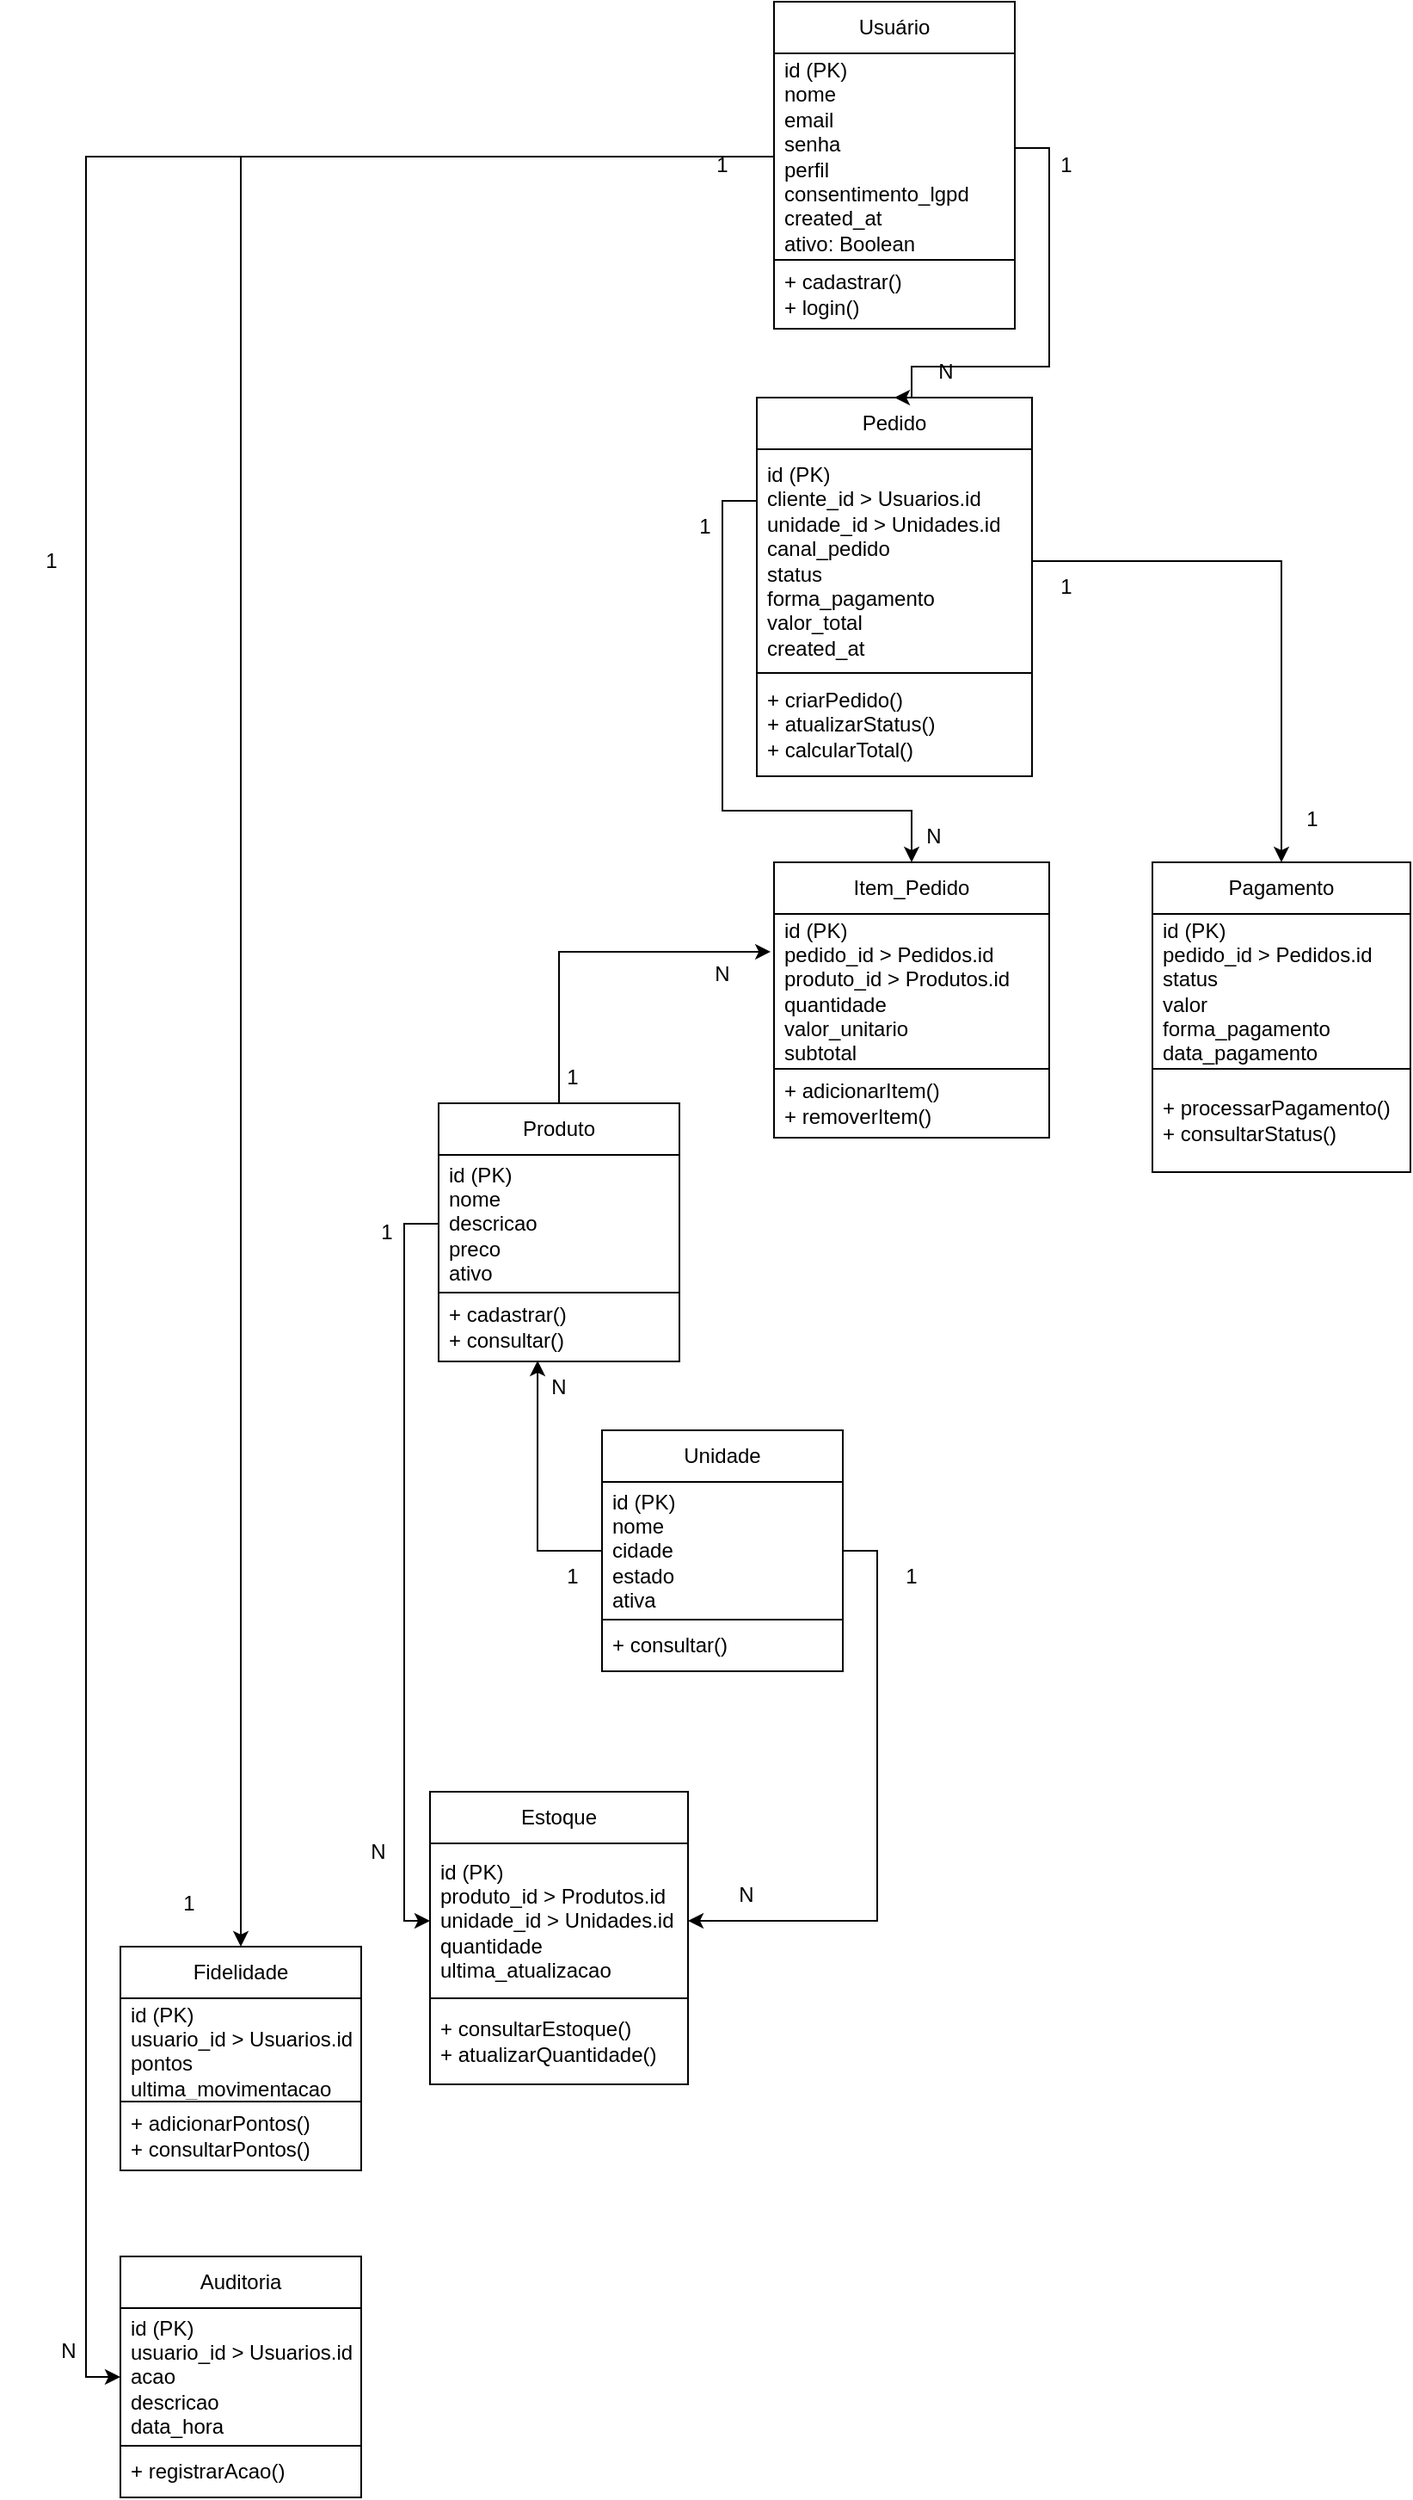
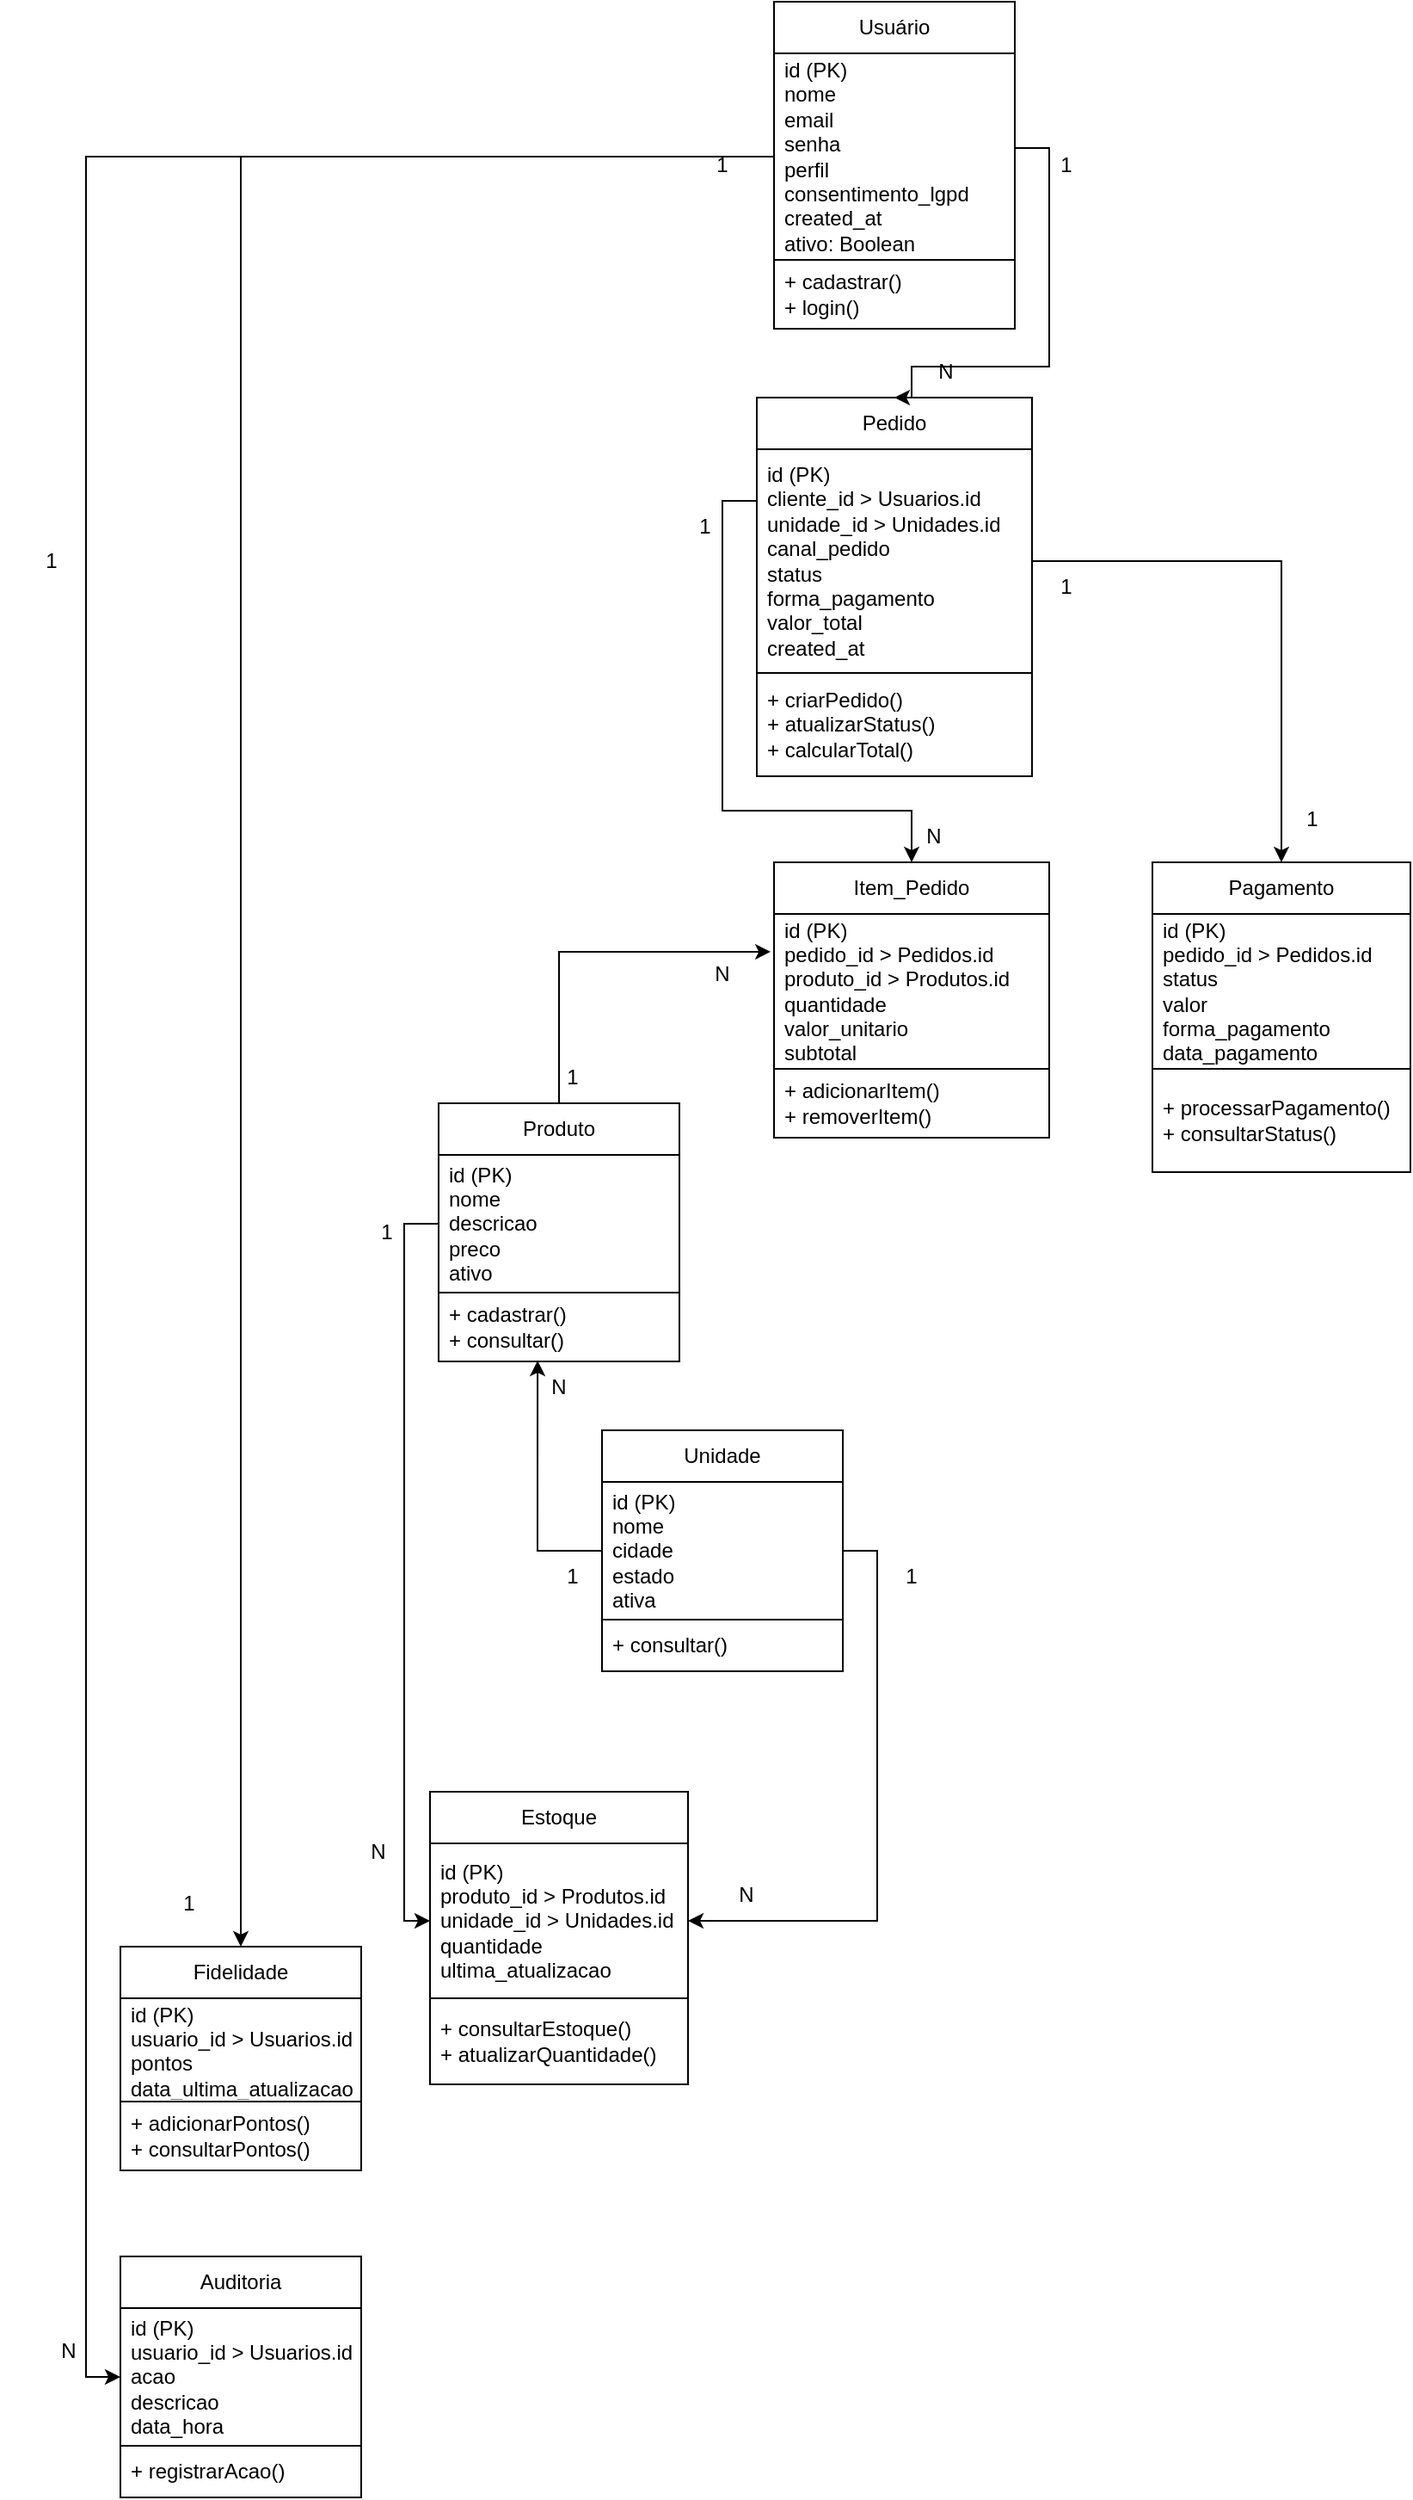
<mxfile host="app.diagrams.net">
  <diagram id="_4Zprv6gYUtVyUGV6uN4" name="Página-2">
    <mxGraphModel dx="1521" dy="841" grid="1" gridSize="10" guides="1" tooltips="1" connect="1" arrows="1" fold="1" page="1" pageScale="1" pageWidth="827" pageHeight="1169" math="0" shadow="0">
      <root>
        <mxCell id="0" />
        <mxCell id="1" parent="0" />
        <mxCell id="siJelJc7L0xHiukvfq5J-1" parent="1" style="swimlane;fontStyle=0;childLayout=stackLayout;horizontal=1;startSize=30;horizontalStack=0;resizeParent=1;resizeParentMax=0;resizeLast=0;collapsible=1;marginBottom=0;whiteSpace=wrap;html=1;" value="Usuário" vertex="1">
          <mxGeometry height="190" width="140" x="964" y="298" as="geometry" />
        </mxCell>
        <mxCell id="siJelJc7L0xHiukvfq5J-2" parent="siJelJc7L0xHiukvfq5J-1" style="text;strokeColor=none;fillColor=none;align=left;verticalAlign=middle;spacingLeft=4;spacingRight=4;overflow=hidden;points=[[0,0.5],[1,0.5]];portConstraint=eastwest;rotatable=0;whiteSpace=wrap;html=1;" value="&lt;div&gt;id (PK)&lt;/div&gt;&lt;div&gt;nome&lt;/div&gt;&lt;div&gt;email&lt;/div&gt;&lt;div&gt;senha&lt;/div&gt;&lt;div&gt;perfil&lt;/div&gt;&lt;div&gt;consentimento_lgpd&lt;/div&gt;&lt;div&gt;created_at&lt;/div&gt;&lt;div&gt;ativo: Boolean&lt;/div&gt;" vertex="1">
          <mxGeometry height="120" width="140" y="30" as="geometry" />
        </mxCell>
        <mxCell id="siJelJc7L0xHiukvfq5J-3" parent="siJelJc7L0xHiukvfq5J-1" style="text;strokeColor=default;fillColor=none;align=left;verticalAlign=middle;spacingLeft=4;spacingRight=4;overflow=hidden;points=[[0,0.5],[1,0.5]];portConstraint=eastwest;rotatable=0;whiteSpace=wrap;html=1;" value="&lt;div&gt;+ cadastrar()&lt;/div&gt;&lt;div&gt;+ login()&lt;/div&gt;" vertex="1">
          <mxGeometry height="40" width="140" y="150" as="geometry" />
        </mxCell>
        <mxCell id="siJelJc7L0xHiukvfq5J-4" parent="1" style="swimlane;fontStyle=0;childLayout=stackLayout;horizontal=1;startSize=30;horizontalStack=0;resizeParent=1;resizeParentMax=0;resizeLast=0;collapsible=1;marginBottom=0;whiteSpace=wrap;html=1;" value="Pedido" vertex="1">
          <mxGeometry height="220" width="160" x="954" y="528" as="geometry" />
        </mxCell>
        <mxCell id="siJelJc7L0xHiukvfq5J-5" parent="siJelJc7L0xHiukvfq5J-4" style="text;strokeColor=none;fillColor=none;align=left;verticalAlign=middle;spacingLeft=4;spacingRight=4;overflow=hidden;points=[[0,0.5],[1,0.5]];portConstraint=eastwest;rotatable=0;whiteSpace=wrap;html=1;" value="&lt;div&gt;id&amp;nbsp;&lt;span style=&quot;background-color: transparent; color: light-dark(rgb(0, 0, 0), rgb(255, 255, 255));&quot;&gt;(PK)&lt;/span&gt;&lt;/div&gt;&lt;div&gt;cliente_id &amp;gt;&amp;nbsp;Usuarios.id&lt;/div&gt;&lt;div&gt;unidade_id &amp;gt;&amp;nbsp;Unidades.id&lt;/div&gt;&lt;div&gt;canal_pedido&lt;/div&gt;&lt;div&gt;status&lt;/div&gt;&lt;div&gt;forma_pagamento&lt;/div&gt;&lt;div&gt;valor_total&lt;/div&gt;&lt;div&gt;created_at&lt;/div&gt;" vertex="1">
          <mxGeometry height="130" width="160" y="30" as="geometry" />
        </mxCell>
        <mxCell id="siJelJc7L0xHiukvfq5J-6" parent="siJelJc7L0xHiukvfq5J-4" style="text;strokeColor=default;fillColor=none;align=left;verticalAlign=middle;spacingLeft=4;spacingRight=4;overflow=hidden;points=[[0,0.5],[1,0.5]];portConstraint=eastwest;rotatable=0;whiteSpace=wrap;html=1;" value="&lt;div&gt;+ criarPedido()&lt;/div&gt;&lt;div&gt;+ atualizarStatus()&lt;/div&gt;&lt;div&gt;+ calcularTotal()&lt;/div&gt;" vertex="1">
          <mxGeometry height="60" width="160" y="160" as="geometry" />
        </mxCell>
        <mxCell id="siJelJc7L0xHiukvfq5J-7" parent="1" style="swimlane;fontStyle=0;childLayout=stackLayout;horizontal=1;startSize=30;horizontalStack=0;resizeParent=1;resizeParentMax=0;resizeLast=0;collapsible=1;marginBottom=0;whiteSpace=wrap;html=1;" value="Item&lt;span style=&quot;background-color: transparent; color: light-dark(rgb(0, 0, 0), rgb(255, 255, 255));&quot;&gt;_Pedido&lt;/span&gt;" vertex="1">
          <mxGeometry height="160" width="160" x="964" y="798" as="geometry" />
        </mxCell>
        <mxCell id="siJelJc7L0xHiukvfq5J-8" parent="siJelJc7L0xHiukvfq5J-7" style="text;strokeColor=none;fillColor=none;align=left;verticalAlign=middle;spacingLeft=4;spacingRight=4;overflow=hidden;points=[[0,0.5],[1,0.5]];portConstraint=eastwest;rotatable=0;whiteSpace=wrap;html=1;" value="&lt;div&gt;id&amp;nbsp;&lt;span style=&quot;background-color: transparent; color: light-dark(rgb(0, 0, 0), rgb(255, 255, 255));&quot;&gt;(PK)&lt;/span&gt;&lt;/div&gt;&lt;div&gt;pedido_id &amp;gt;&amp;nbsp;Pedidos.id&lt;/div&gt;&lt;div&gt;produto_id &amp;gt;&amp;nbsp;Produtos.id&lt;/div&gt;&lt;div&gt;quantidade&lt;/div&gt;&lt;div&gt;valor_unitario&lt;/div&gt;&lt;div&gt;subtotal&lt;/div&gt;" vertex="1">
          <mxGeometry height="90" width="160" y="30" as="geometry" />
        </mxCell>
        <mxCell id="siJelJc7L0xHiukvfq5J-9" parent="siJelJc7L0xHiukvfq5J-7" style="text;strokeColor=default;fillColor=none;align=left;verticalAlign=middle;spacingLeft=4;spacingRight=4;overflow=hidden;points=[[0,0.5],[1,0.5]];portConstraint=eastwest;rotatable=0;whiteSpace=wrap;html=1;" value="&lt;div&gt;+ adicionarItem()&lt;/div&gt;&lt;div&gt;+ removerItem()&lt;/div&gt;" vertex="1">
          <mxGeometry height="40" width="160" y="120" as="geometry" />
        </mxCell>
        <mxCell id="siJelJc7L0xHiukvfq5J-10" parent="1" style="swimlane;fontStyle=0;childLayout=stackLayout;horizontal=1;startSize=30;horizontalStack=0;resizeParent=1;resizeParentMax=0;resizeLast=0;collapsible=1;marginBottom=0;whiteSpace=wrap;html=1;" value="Pagamento" vertex="1">
          <mxGeometry height="180" width="150" x="1184" y="798" as="geometry" />
        </mxCell>
        <mxCell id="siJelJc7L0xHiukvfq5J-11" parent="siJelJc7L0xHiukvfq5J-10" style="text;strokeColor=none;fillColor=none;align=left;verticalAlign=middle;spacingLeft=4;spacingRight=4;overflow=hidden;points=[[0,0.5],[1,0.5]];portConstraint=eastwest;rotatable=0;whiteSpace=wrap;html=1;" value="&lt;div&gt;id&amp;nbsp;&lt;span style=&quot;background-color: transparent; color: light-dark(rgb(0, 0, 0), rgb(255, 255, 255));&quot;&gt;(PK)&lt;/span&gt;&lt;/div&gt;&lt;div&gt;pedido_id &amp;gt;&amp;nbsp;Pedidos.id&lt;/div&gt;&lt;div&gt;status&lt;/div&gt;&lt;div&gt;valor&lt;/div&gt;&lt;div&gt;forma_pagamento&lt;/div&gt;&lt;div&gt;data_pagamento&lt;/div&gt;" vertex="1">
          <mxGeometry height="90" width="150" y="30" as="geometry" />
        </mxCell>
        <mxCell id="siJelJc7L0xHiukvfq5J-12" parent="siJelJc7L0xHiukvfq5J-10" style="text;strokeColor=default;fillColor=none;align=left;verticalAlign=middle;spacingLeft=4;spacingRight=4;overflow=hidden;points=[[0,0.5],[1,0.5]];portConstraint=eastwest;rotatable=0;whiteSpace=wrap;html=1;" value="&lt;div&gt;+ processarPagamento()&lt;/div&gt;&lt;div&gt;+ consultarStatus()&lt;/div&gt;" vertex="1">
          <mxGeometry height="60" width="150" y="120" as="geometry" />
        </mxCell>
        <mxCell id="siJelJc7L0xHiukvfq5J-13" parent="1" style="swimlane;fontStyle=0;childLayout=stackLayout;horizontal=1;startSize=30;horizontalStack=0;resizeParent=1;resizeParentMax=0;resizeLast=0;collapsible=1;marginBottom=0;whiteSpace=wrap;html=1;" value="Produto" vertex="1">
          <mxGeometry height="150" width="140" x="769" y="938" as="geometry" />
        </mxCell>
        <mxCell id="siJelJc7L0xHiukvfq5J-14" parent="siJelJc7L0xHiukvfq5J-13" style="text;strokeColor=none;fillColor=none;align=left;verticalAlign=middle;spacingLeft=4;spacingRight=4;overflow=hidden;points=[[0,0.5],[1,0.5]];portConstraint=eastwest;rotatable=0;whiteSpace=wrap;html=1;" value="&lt;div&gt;id&amp;nbsp;&lt;span style=&quot;background-color: transparent; color: light-dark(rgb(0, 0, 0), rgb(255, 255, 255));&quot;&gt;(PK)&lt;/span&gt;&lt;/div&gt;&lt;div&gt;nome&lt;/div&gt;&lt;div&gt;descricao&lt;/div&gt;&lt;div&gt;preco&lt;/div&gt;&lt;div&gt;ativo&lt;/div&gt;" vertex="1">
          <mxGeometry height="80" width="140" y="30" as="geometry" />
        </mxCell>
        <mxCell id="siJelJc7L0xHiukvfq5J-15" parent="siJelJc7L0xHiukvfq5J-13" style="text;strokeColor=default;fillColor=none;align=left;verticalAlign=middle;spacingLeft=4;spacingRight=4;overflow=hidden;points=[[0,0.5],[1,0.5]];portConstraint=eastwest;rotatable=0;whiteSpace=wrap;html=1;" value="&lt;div&gt;+ cadastrar()&lt;/div&gt;&lt;div&gt;+ consultar()&lt;/div&gt;" vertex="1">
          <mxGeometry height="40" width="140" y="110" as="geometry" />
        </mxCell>
        <mxCell id="siJelJc7L0xHiukvfq5J-16" parent="1" style="swimlane;fontStyle=0;childLayout=stackLayout;horizontal=1;startSize=30;horizontalStack=0;resizeParent=1;resizeParentMax=0;resizeLast=0;collapsible=1;marginBottom=0;whiteSpace=wrap;html=1;" value="Unidade" vertex="1">
          <mxGeometry height="140" width="140" x="864" y="1128" as="geometry" />
        </mxCell>
        <mxCell id="siJelJc7L0xHiukvfq5J-17" parent="siJelJc7L0xHiukvfq5J-16" style="text;strokeColor=none;fillColor=none;align=left;verticalAlign=middle;spacingLeft=4;spacingRight=4;overflow=hidden;points=[[0,0.5],[1,0.5]];portConstraint=eastwest;rotatable=0;whiteSpace=wrap;html=1;" value="&lt;div&gt;id&amp;nbsp;&lt;span style=&quot;background-color: transparent; color: light-dark(rgb(0, 0, 0), rgb(255, 255, 255));&quot;&gt;(PK)&lt;/span&gt;&lt;/div&gt;&lt;div&gt;nome&lt;/div&gt;&lt;div&gt;cidade&lt;/div&gt;&lt;div&gt;estado&lt;/div&gt;&lt;div&gt;ativa&lt;/div&gt;" vertex="1">
          <mxGeometry height="80" width="140" y="30" as="geometry" />
        </mxCell>
        <mxCell id="siJelJc7L0xHiukvfq5J-18" parent="siJelJc7L0xHiukvfq5J-16" style="text;strokeColor=default;fillColor=none;align=left;verticalAlign=middle;spacingLeft=4;spacingRight=4;overflow=hidden;points=[[0,0.5],[1,0.5]];portConstraint=eastwest;rotatable=0;whiteSpace=wrap;html=1;" value="+ consultar()" vertex="1">
          <mxGeometry height="30" width="140" y="110" as="geometry" />
        </mxCell>
        <mxCell id="siJelJc7L0xHiukvfq5J-19" parent="1" style="swimlane;fontStyle=0;childLayout=stackLayout;horizontal=1;startSize=30;horizontalStack=0;resizeParent=1;resizeParentMax=0;resizeLast=0;collapsible=1;marginBottom=0;whiteSpace=wrap;html=1;" value="Estoque" vertex="1">
          <mxGeometry height="170" width="150" x="764" y="1338" as="geometry" />
        </mxCell>
        <mxCell id="siJelJc7L0xHiukvfq5J-20" parent="siJelJc7L0xHiukvfq5J-19" style="text;strokeColor=none;fillColor=none;align=left;verticalAlign=middle;spacingLeft=4;spacingRight=4;overflow=hidden;points=[[0,0.5],[1,0.5]];portConstraint=eastwest;rotatable=0;whiteSpace=wrap;html=1;" value="&lt;div&gt;id&amp;nbsp;&lt;span style=&quot;background-color: transparent; color: light-dark(rgb(0, 0, 0), rgb(255, 255, 255));&quot;&gt;(PK)&lt;/span&gt;&lt;/div&gt;&lt;div&gt;produto_id &amp;gt;&amp;nbsp;Produtos.id&lt;/div&gt;&lt;div&gt;unidade_id &amp;gt;&amp;nbsp;Unidades.id&lt;/div&gt;&lt;div&gt;quantidade&lt;/div&gt;&lt;div&gt;ultima_atualizacao&lt;/div&gt;" vertex="1">
          <mxGeometry height="90" width="150" y="30" as="geometry" />
        </mxCell>
        <mxCell id="siJelJc7L0xHiukvfq5J-21" parent="siJelJc7L0xHiukvfq5J-19" style="text;strokeColor=default;fillColor=none;align=left;verticalAlign=middle;spacingLeft=4;spacingRight=4;overflow=hidden;points=[[0,0.5],[1,0.5]];portConstraint=eastwest;rotatable=0;whiteSpace=wrap;html=1;" value="&lt;div&gt;+ consultarEstoque()&lt;/div&gt;&lt;div&gt;+ atualizarQuantidade()&lt;/div&gt;" vertex="1">
          <mxGeometry height="50" width="150" y="120" as="geometry" />
        </mxCell>
        <mxCell id="siJelJc7L0xHiukvfq5J-22" parent="1" style="swimlane;fontStyle=0;childLayout=stackLayout;horizontal=1;startSize=30;horizontalStack=0;resizeParent=1;resizeParentMax=0;resizeLast=0;collapsible=1;marginBottom=0;whiteSpace=wrap;html=1;" value="Fidelidade" vertex="1">
          <mxGeometry height="130" width="140" x="584" y="1428" as="geometry" />
        </mxCell>
-         <mxCell id="siJelJc7L0xHiukvfq5J-23" parent="siJelJc7L0xHiukvfq5J-22" style="text;strokeColor=none;fillColor=none;align=left;verticalAlign=middle;spacingLeft=4;spacingRight=4;overflow=hidden;points=[[0,0.5],[1,0.5]];portConstraint=eastwest;rotatable=0;whiteSpace=wrap;html=1;" value="&lt;div&gt;id&amp;nbsp;&lt;span style=&quot;background-color: transparent; color: light-dark(rgb(0, 0, 0), rgb(255, 255, 255));&quot;&gt;(PK)&lt;/span&gt;&lt;/div&gt;&lt;div&gt;usuario_id &amp;gt;&amp;nbsp;Usuarios.id&lt;/div&gt;&lt;div&gt;pontos&lt;/div&gt;&lt;div&gt;ultima_movimentacao&lt;/div&gt;" vertex="1">
+         <mxCell id="siJelJc7L0xHiukvfq5J-23" parent="siJelJc7L0xHiukvfq5J-22" style="text;strokeColor=none;fillColor=none;align=left;verticalAlign=middle;spacingLeft=4;spacingRight=4;overflow=hidden;points=[[0,0.5],[1,0.5]];portConstraint=eastwest;rotatable=0;whiteSpace=wrap;html=1;" value="&lt;div&gt;id&amp;nbsp;&lt;span style=&quot;background-color: transparent; color: light-dark(rgb(0, 0, 0), rgb(255, 255, 255));&quot;&gt;(PK)&lt;/span&gt;&lt;/div&gt;&lt;div&gt;usuario_id &amp;gt;&amp;nbsp;Usuarios.id&lt;/div&gt;&lt;div&gt;pontos&lt;/div&gt;&lt;div&gt;data_ultima_atualizaca&lt;span style=&quot;background-color: transparent; color: light-dark(rgb(0, 0, 0), rgb(255, 255, 255));&quot;&gt;o&lt;/span&gt;&lt;/div&gt;" vertex="1">
          <mxGeometry height="60" width="140" y="30" as="geometry" />
        </mxCell>
        <mxCell id="siJelJc7L0xHiukvfq5J-24" parent="siJelJc7L0xHiukvfq5J-22" style="text;strokeColor=default;fillColor=none;align=left;verticalAlign=middle;spacingLeft=4;spacingRight=4;overflow=hidden;points=[[0,0.5],[1,0.5]];portConstraint=eastwest;rotatable=0;whiteSpace=wrap;html=1;" value="&lt;div&gt;+ adicionarPontos()&lt;/div&gt;&lt;div&gt;+ consultarPontos()&lt;/div&gt;" vertex="1">
          <mxGeometry height="40" width="140" y="90" as="geometry" />
        </mxCell>
        <mxCell id="siJelJc7L0xHiukvfq5J-25" parent="1" style="swimlane;fontStyle=0;childLayout=stackLayout;horizontal=1;startSize=30;horizontalStack=0;resizeParent=1;resizeParentMax=0;resizeLast=0;collapsible=1;marginBottom=0;whiteSpace=wrap;html=1;" value="Auditoria" vertex="1">
          <mxGeometry height="140" width="140" x="584" y="1608" as="geometry" />
        </mxCell>
        <mxCell id="siJelJc7L0xHiukvfq5J-26" parent="siJelJc7L0xHiukvfq5J-25" style="text;strokeColor=none;fillColor=none;align=left;verticalAlign=middle;spacingLeft=4;spacingRight=4;overflow=hidden;points=[[0,0.5],[1,0.5]];portConstraint=eastwest;rotatable=0;whiteSpace=wrap;html=1;" value="&lt;div&gt;id&amp;nbsp;&lt;span style=&quot;background-color: transparent; color: light-dark(rgb(0, 0, 0), rgb(255, 255, 255));&quot;&gt;(PK)&lt;/span&gt;&lt;/div&gt;&lt;div&gt;usuario_id &amp;gt;&amp;nbsp;Usuarios.id&lt;/div&gt;&lt;div&gt;acao&lt;/div&gt;&lt;div&gt;descricao&lt;/div&gt;&lt;div&gt;data_hora&lt;/div&gt;" vertex="1">
          <mxGeometry height="80" width="140" y="30" as="geometry" />
        </mxCell>
        <mxCell id="siJelJc7L0xHiukvfq5J-27" parent="siJelJc7L0xHiukvfq5J-25" style="text;strokeColor=default;fillColor=none;align=left;verticalAlign=middle;spacingLeft=4;spacingRight=4;overflow=hidden;points=[[0,0.5],[1,0.5]];portConstraint=eastwest;rotatable=0;whiteSpace=wrap;html=1;" value="+ registrarAcao()" vertex="1">
          <mxGeometry height="30" width="140" y="110" as="geometry" />
        </mxCell>
        <mxCell id="siJelJc7L0xHiukvfq5J-28" parent="1" style="text;html=1;whiteSpace=wrap;strokeColor=none;fillColor=none;align=center;verticalAlign=middle;rounded=0;" value="N" vertex="1">
          <mxGeometry height="30" width="60" x="1034" y="498" as="geometry" />
        </mxCell>
        <mxCell id="siJelJc7L0xHiukvfq5J-29" parent="1" style="text;html=1;whiteSpace=wrap;strokeColor=none;fillColor=none;align=center;verticalAlign=middle;rounded=0;" value="1" vertex="1">
          <mxGeometry height="30" width="60" x="1104" y="378" as="geometry" />
        </mxCell>
        <mxCell id="siJelJc7L0xHiukvfq5J-30" edge="1" parent="1" source="siJelJc7L0xHiukvfq5J-2" style="edgeStyle=orthogonalEdgeStyle;rounded=0;orthogonalLoop=1;jettySize=auto;html=1;exitX=1;exitY=0.5;exitDx=0;exitDy=0;entryX=0.5;entryY=0;entryDx=0;entryDy=0;" target="siJelJc7L0xHiukvfq5J-4">
          <mxGeometry relative="1" as="geometry">
            <Array as="points">
              <mxPoint x="1104" y="383" />
              <mxPoint x="1124" y="383" />
              <mxPoint x="1124" y="510" />
              <mxPoint x="1044" y="510" />
              <mxPoint x="1044" y="528" />
            </Array>
            <mxPoint x="1154" y="728" as="targetPoint" />
          </mxGeometry>
        </mxCell>
        <mxCell id="siJelJc7L0xHiukvfq5J-31" edge="1" parent="1" source="siJelJc7L0xHiukvfq5J-2" style="edgeStyle=orthogonalEdgeStyle;rounded=0;orthogonalLoop=1;jettySize=auto;html=1;exitX=0;exitY=0.5;exitDx=0;exitDy=0;entryX=0.5;entryY=0;entryDx=0;entryDy=0;" target="siJelJc7L0xHiukvfq5J-22">
          <mxGeometry relative="1" as="geometry" />
        </mxCell>
        <mxCell id="siJelJc7L0xHiukvfq5J-32" parent="1" style="text;html=1;whiteSpace=wrap;strokeColor=none;fillColor=none;align=center;verticalAlign=middle;rounded=0;" value="1" vertex="1">
          <mxGeometry height="30" width="60" x="904" y="378" as="geometry" />
        </mxCell>
        <mxCell id="siJelJc7L0xHiukvfq5J-33" parent="1" style="text;html=1;whiteSpace=wrap;strokeColor=none;fillColor=none;align=center;verticalAlign=middle;rounded=0;" value="1" vertex="1">
          <mxGeometry height="30" width="60" x="594" y="1388" as="geometry" />
        </mxCell>
        <mxCell id="siJelJc7L0xHiukvfq5J-34" edge="1" parent="1" source="siJelJc7L0xHiukvfq5J-2" style="edgeStyle=orthogonalEdgeStyle;rounded=0;orthogonalLoop=1;jettySize=auto;html=1;exitX=0;exitY=0.5;exitDx=0;exitDy=0;entryX=0;entryY=0.5;entryDx=0;entryDy=0;" target="siJelJc7L0xHiukvfq5J-26">
          <mxGeometry relative="1" as="geometry" />
        </mxCell>
        <mxCell id="siJelJc7L0xHiukvfq5J-35" parent="1" style="text;html=1;whiteSpace=wrap;strokeColor=none;fillColor=none;align=center;verticalAlign=middle;rounded=0;" value="1" vertex="1">
          <mxGeometry height="30" width="60" x="514" y="608" as="geometry" />
        </mxCell>
        <mxCell id="siJelJc7L0xHiukvfq5J-36" parent="1" style="text;html=1;whiteSpace=wrap;strokeColor=none;fillColor=none;align=center;verticalAlign=middle;rounded=0;" value="N" vertex="1">
          <mxGeometry height="30" width="60" x="524" y="1648" as="geometry" />
        </mxCell>
        <mxCell id="siJelJc7L0xHiukvfq5J-37" parent="1" style="text;html=1;whiteSpace=wrap;strokeColor=none;fillColor=none;align=center;verticalAlign=middle;rounded=0;" value="1" vertex="1">
          <mxGeometry height="30" width="60" x="894" y="588" as="geometry" />
        </mxCell>
        <mxCell id="siJelJc7L0xHiukvfq5J-38" parent="1" style="text;html=1;whiteSpace=wrap;strokeColor=none;fillColor=none;align=center;verticalAlign=middle;rounded=0;" value="N" vertex="1">
          <mxGeometry height="30" width="60" x="1027" y="768" as="geometry" />
        </mxCell>
        <mxCell id="siJelJc7L0xHiukvfq5J-39" edge="1" parent="1" source="siJelJc7L0xHiukvfq5J-13" style="edgeStyle=orthogonalEdgeStyle;rounded=0;orthogonalLoop=1;jettySize=auto;html=1;exitX=0.5;exitY=0;exitDx=0;exitDy=0;entryX=-0.012;entryY=0.244;entryDx=0;entryDy=0;entryPerimeter=0;" target="siJelJc7L0xHiukvfq5J-8">
          <mxGeometry relative="1" as="geometry" />
        </mxCell>
        <mxCell id="siJelJc7L0xHiukvfq5J-40" parent="1" style="text;html=1;whiteSpace=wrap;strokeColor=none;fillColor=none;align=center;verticalAlign=middle;rounded=0;" value="1" vertex="1">
          <mxGeometry height="30" width="60" x="817" y="908" as="geometry" />
        </mxCell>
        <mxCell id="siJelJc7L0xHiukvfq5J-41" parent="1" style="text;html=1;whiteSpace=wrap;strokeColor=none;fillColor=none;align=center;verticalAlign=middle;rounded=0;" value="N" vertex="1">
          <mxGeometry height="30" width="60" x="904" y="848" as="geometry" />
        </mxCell>
        <mxCell id="siJelJc7L0xHiukvfq5J-42" edge="1" parent="1" style="edgeStyle=orthogonalEdgeStyle;rounded=0;orthogonalLoop=1;jettySize=auto;html=1;exitX=0;exitY=0.5;exitDx=0;exitDy=0;entryX=0.5;entryY=0;entryDx=0;entryDy=0;" target="siJelJc7L0xHiukvfq5J-7">
          <mxGeometry relative="1" as="geometry">
            <Array as="points">
              <mxPoint x="934" y="588" />
              <mxPoint x="934" y="768" />
              <mxPoint x="1044" y="768" />
            </Array>
            <mxPoint x="954" y="588" as="sourcePoint" />
            <mxPoint x="1044" y="883" as="targetPoint" />
          </mxGeometry>
        </mxCell>
        <mxCell id="siJelJc7L0xHiukvfq5J-43" edge="1" parent="1" source="siJelJc7L0xHiukvfq5J-5" style="edgeStyle=orthogonalEdgeStyle;rounded=0;orthogonalLoop=1;jettySize=auto;html=1;exitX=1;exitY=0.5;exitDx=0;exitDy=0;entryX=0.5;entryY=0;entryDx=0;entryDy=0;" target="siJelJc7L0xHiukvfq5J-10">
          <mxGeometry relative="1" as="geometry" />
        </mxCell>
        <mxCell id="siJelJc7L0xHiukvfq5J-44" parent="1" style="text;html=1;whiteSpace=wrap;strokeColor=none;fillColor=none;align=center;verticalAlign=middle;rounded=0;" value="1" vertex="1">
          <mxGeometry height="30" width="60" x="1104" y="623" as="geometry" />
        </mxCell>
        <mxCell id="siJelJc7L0xHiukvfq5J-45" parent="1" style="text;html=1;whiteSpace=wrap;strokeColor=none;fillColor=none;align=center;verticalAlign=middle;rounded=0;" value="1" vertex="1">
          <mxGeometry height="30" width="60" x="1247" y="758" as="geometry" />
        </mxCell>
        <mxCell id="siJelJc7L0xHiukvfq5J-46" edge="1" parent="1" source="siJelJc7L0xHiukvfq5J-14" style="edgeStyle=orthogonalEdgeStyle;rounded=0;orthogonalLoop=1;jettySize=auto;html=1;exitX=0;exitY=0.5;exitDx=0;exitDy=0;entryX=0;entryY=0.5;entryDx=0;entryDy=0;" target="siJelJc7L0xHiukvfq5J-20">
          <mxGeometry relative="1" as="geometry" />
        </mxCell>
        <mxCell id="siJelJc7L0xHiukvfq5J-47" parent="1" style="text;html=1;whiteSpace=wrap;strokeColor=none;fillColor=none;align=center;verticalAlign=middle;rounded=0;" value="1" vertex="1">
          <mxGeometry height="30" width="60" x="709" y="998" as="geometry" />
        </mxCell>
        <mxCell id="siJelJc7L0xHiukvfq5J-48" parent="1" style="text;html=1;whiteSpace=wrap;strokeColor=none;fillColor=none;align=center;verticalAlign=middle;rounded=0;" value="N" vertex="1">
          <mxGeometry height="30" width="60" x="704" y="1358" as="geometry" />
        </mxCell>
        <mxCell id="siJelJc7L0xHiukvfq5J-49" edge="1" parent="1" source="siJelJc7L0xHiukvfq5J-17" style="edgeStyle=orthogonalEdgeStyle;rounded=0;orthogonalLoop=1;jettySize=auto;html=1;exitX=1;exitY=0.5;exitDx=0;exitDy=0;entryX=1;entryY=0.5;entryDx=0;entryDy=0;" target="siJelJc7L0xHiukvfq5J-20">
          <mxGeometry relative="1" as="geometry" />
        </mxCell>
        <mxCell id="siJelJc7L0xHiukvfq5J-50" parent="1" style="text;html=1;whiteSpace=wrap;strokeColor=none;fillColor=none;align=center;verticalAlign=middle;rounded=0;" value="1" vertex="1">
          <mxGeometry height="30" width="60" x="1014" y="1198" as="geometry" />
        </mxCell>
        <mxCell id="siJelJc7L0xHiukvfq5J-51" parent="1" style="text;html=1;whiteSpace=wrap;strokeColor=none;fillColor=none;align=center;verticalAlign=middle;rounded=0;" value="N" vertex="1">
          <mxGeometry height="30" width="60" x="918" y="1383" as="geometry" />
        </mxCell>
        <mxCell id="siJelJc7L0xHiukvfq5J-52" edge="1" parent="1" source="siJelJc7L0xHiukvfq5J-17" style="edgeStyle=orthogonalEdgeStyle;rounded=0;orthogonalLoop=1;jettySize=auto;html=1;exitX=0;exitY=0.5;exitDx=0;exitDy=0;entryX=0.411;entryY=0.988;entryDx=0;entryDy=0;entryPerimeter=0;" target="siJelJc7L0xHiukvfq5J-15">
          <mxGeometry relative="1" as="geometry">
            <mxPoint x="827" y="1098" as="targetPoint" />
          </mxGeometry>
        </mxCell>
        <mxCell id="siJelJc7L0xHiukvfq5J-53" parent="1" style="text;html=1;whiteSpace=wrap;strokeColor=none;fillColor=none;align=center;verticalAlign=middle;rounded=0;" value="1" vertex="1">
          <mxGeometry height="30" width="60" x="817" y="1198" as="geometry" />
        </mxCell>
        <mxCell id="siJelJc7L0xHiukvfq5J-54" parent="1" style="text;html=1;whiteSpace=wrap;strokeColor=none;fillColor=none;align=center;verticalAlign=middle;rounded=0;" value="N" vertex="1">
          <mxGeometry height="30" width="60" x="809" y="1088" as="geometry" />
        </mxCell>
      </root>
    </mxGraphModel>
  </diagram>
</mxfile>
